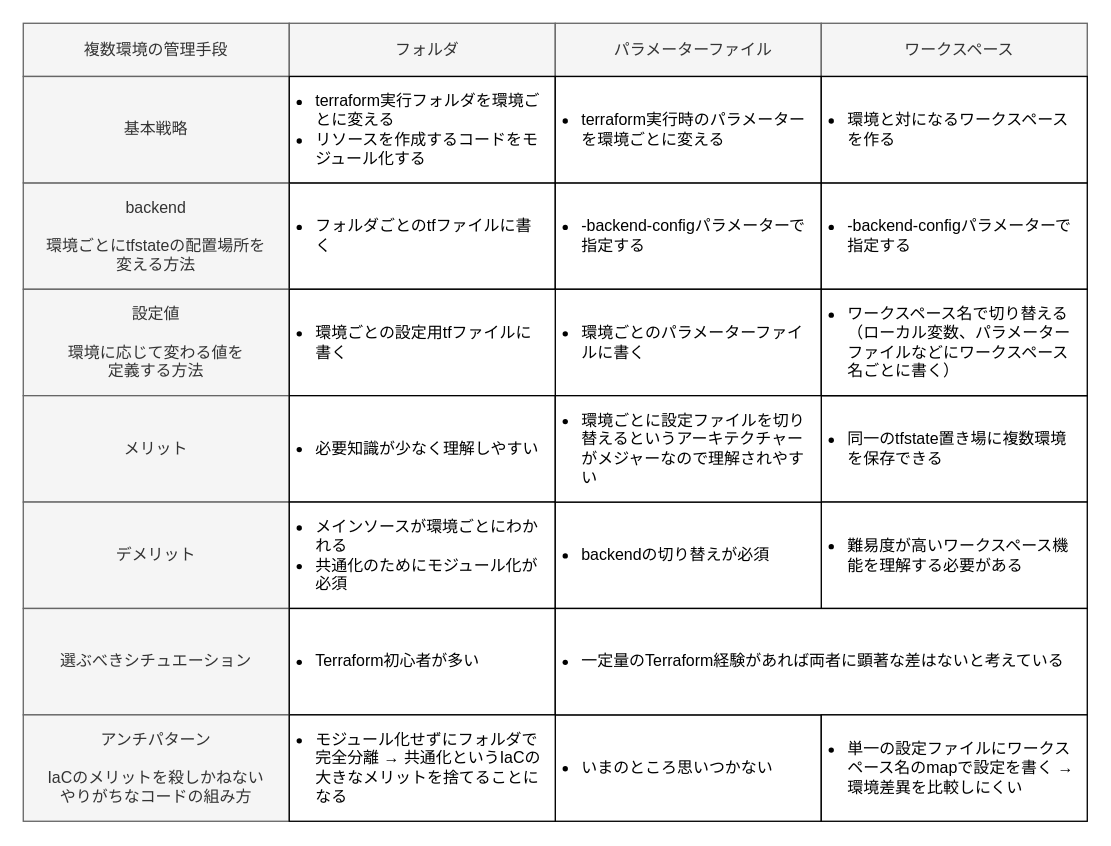
Earlier version of the draw.io diagram images/terraform_style_envcomparisontable/terraform_style_envcomparisontable.drawio (sway11466/zenn). Source tidied: cells renumbered, new cells numbered last; positions are measured from the earlier drawing's top-left corner, leaving out a move shared by most shapes. Both pictures are drawn from the tidied source at 133%, with x=0, y=0 at pixel (23, 23).
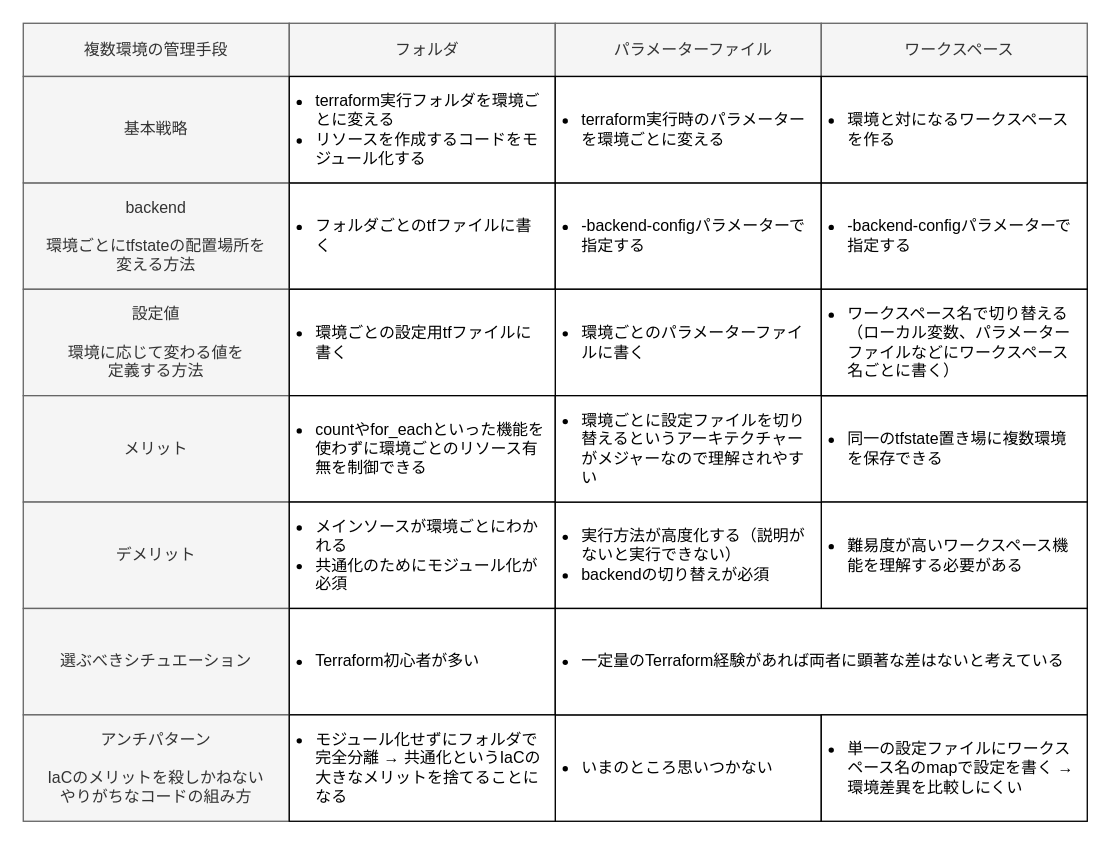
After the change.

Commit message (it also covers changes not shown here):
[publish] terraform_style_envcomparisontable

Diff of the diagram source:
```diff
@@
-    <mxCell id="21" value="&lt;ul&gt;&lt;li&gt;必要知識が少なく理解しやすい&lt;/li&gt;&lt;/ul&gt;" style="rounded=0;whiteSpace=wrap;html=1;align=left;spacingLeft=-20;spacing=0;spacingRight=8;" parent="1" vertex="1">
+    <mxCell id="21" value="&lt;ul&gt;&lt;li&gt;&lt;span&gt;countやfor_eachといった機能を使わずに環境ごとのリソース有無を制御できる&lt;/span&gt;&lt;/li&gt;&lt;/ul&gt;" style="rounded=0;whiteSpace=wrap;html=1;align=left;spacingLeft=-20;spacing=0;spacingRight=8;" parent="1" vertex="1">
       <mxGeometry x="200" y="280" width="200" height="80" as="geometry" />
     </mxCell>
@@
-    <mxCell id="27" value="&lt;ul&gt;&lt;li&gt;backendの切り替えが必須&lt;/li&gt;&lt;/ul&gt;" style="rounded=0;whiteSpace=wrap;html=1;align=left;spacingLeft=-20;spacing=0;spacingRight=8;" parent="1" vertex="1">
+    <mxCell id="27" value="&lt;ul&gt;&lt;li&gt;実行方法が高度化する（説明がないと実行できない）&lt;/li&gt;&lt;li&gt;backendの切り替えが必須&lt;/li&gt;&lt;/ul&gt;" style="rounded=0;whiteSpace=wrap;html=1;align=left;spacingLeft=-20;spacing=0;spacingRight=8;" parent="1" vertex="1">
       <mxGeometry x="400" y="360" width="200" height="80" as="geometry" />
     </mxCell>
```
